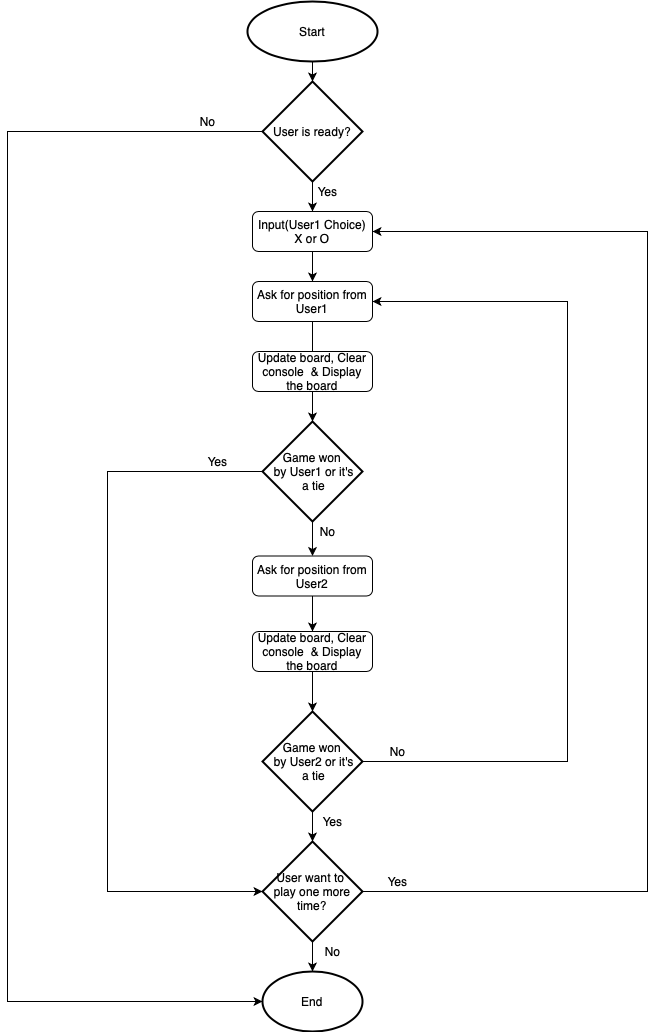
kshubhamz/Flow-Chart keeps this draw.io diagram as tic-tac-toe.png. Above is the earlier version. Source tidied: cells renumbered, new cells last; positions are measured from the earlier drawing's top-left corner, leaving out a move shared by most shapes.
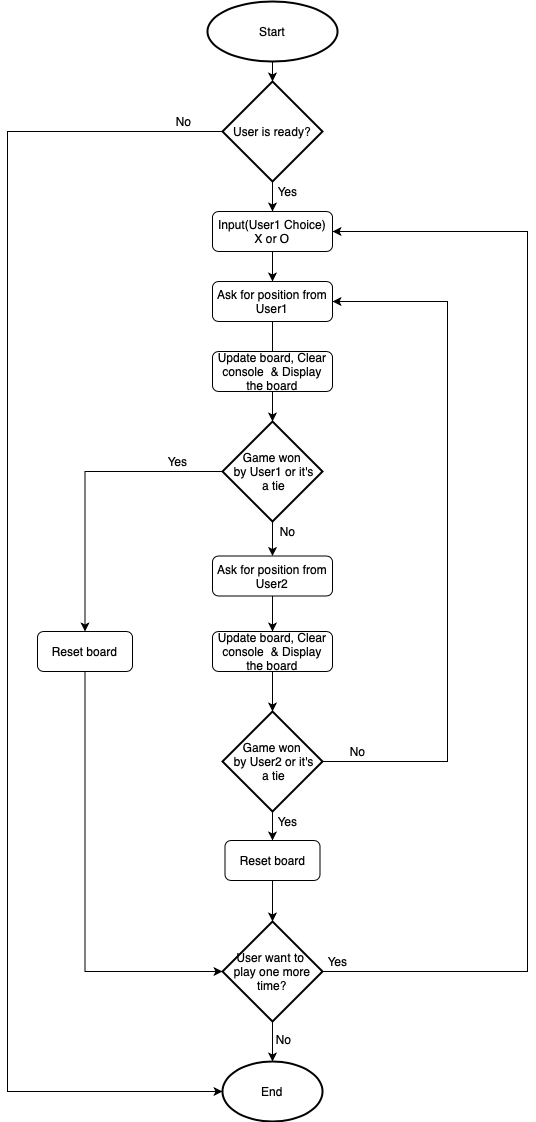
Later version of the same file.

Diff of the diagram source:
```diff
@@ -20,8 +20,8 @@
     <mxCell id="7" style="edgeStyle=orthogonalEdgeStyle;rounded=0;jettySize=auto;html=1;exitX=0;exitY=0.5;exitDx=0;exitDy=0;exitPerimeter=0;entryX=0;entryY=0.5;entryDx=0;entryDy=0;entryPerimeter=0;" parent="1" edge="1" source="8" target="28">
       <mxGeometry relative="1" as="geometry">
         <Array as="points">
-          <mxPoint y="130" />
-          <mxPoint y="1000" />
+          <mxPoint x="40" y="130" />
+          <mxPoint x="40" y="1090" />
         </Array>
       </mxGeometry>
     </mxCell>
@@ -55,25 +55,20 @@
     <mxCell id="17" style="edgeStyle=orthogonalEdgeStyle;rounded=0;jettySize=auto;html=1;exitX=0.5;exitY=1;exitDx=0;exitDy=0;exitPerimeter=0;entryX=0.5;entryY=0;entryDx=0;entryDy=0;" parent="1" edge="1" source="19" target="14">
       <mxGeometry relative="1" as="geometry" />
     </mxCell>
-    <mxCell id="18" style="edgeStyle=orthogonalEdgeStyle;rounded=0;jettySize=auto;html=1;exitX=0;exitY=0.5;exitDx=0;exitDy=0;exitPerimeter=0;entryX=0;entryY=0.5;entryDx=0;entryDy=0;entryPerimeter=0;" parent="1" edge="1" source="19" target="27">
-      <mxGeometry relative="1" as="geometry">
-        <Array as="points">
-          <mxPoint x="100" y="470" />
-          <mxPoint x="100" y="890" />
-        </Array>
-      </mxGeometry>
-    </mxCell>
+    <mxCell id="34" style="edgeStyle=orthogonalEdgeStyle;rounded=0;jettySize=auto;html=1;exitX=0;exitY=0.5;exitDx=0;exitDy=0;exitPerimeter=0;entryX=0.5;entryY=0;entryDx=0;entryDy=0;" parent="1" edge="1" source="19" target="40">
+      <mxGeometry relative="1" as="geometry" />
+    </mxCell>
     <mxCell id="19" value="Game won&lt;br&gt;&amp;nbsp;by User1 or it's&lt;br&gt;&amp;nbsp;a&amp;nbsp;tie" style="strokeWidth=2;html=1;shape=mxgraph.flowchart.decision;whiteSpace=wrap;" parent="1" vertex="1">
       <mxGeometry x="255" y="420" width="100" height="100" as="geometry" />
     </mxCell>
-    <mxCell id="20" style="edgeStyle=orthogonalEdgeStyle;rounded=0;jettySize=auto;html=1;" parent="1" edge="1" source="22" target="27">
-      <mxGeometry relative="1" as="geometry" />
-    </mxCell>
+    <mxCell id="35" style="edgeStyle=orthogonalEdgeStyle;rounded=0;jettySize=auto;html=1;" parent="1" edge="1" source="22" target="38">
+      <mxGeometry relative="1" as="geometry" />
+    </mxCell>
     <mxCell id="21" style="edgeStyle=orthogonalEdgeStyle;rounded=0;jettySize=auto;html=1;exitX=1;exitY=0.5;exitDx=0;exitDy=0;exitPerimeter=0;entryX=1;entryY=0.5;entryDx=0;entryDy=0;" parent="1" edge="1" source="22" target="11">
       <mxGeometry relative="1" as="geometry">
         <Array as="points">
-          <mxPoint x="560" y="760" />
-          <mxPoint x="560" y="300" />
+          <mxPoint x="480" y="760" />
+          <mxPoint x="480" y="300" />
         </Array>
       </mxGeometry>
     </mxCell>
@@ -86,39 +81,49 @@
     <mxCell id="24" value="No" style="text;html=1;align=center;verticalAlign=middle;" parent="1" vertex="1">
       <mxGeometry x="375" y="740" width="30" height="20" as="geometry" />
     </mxCell>
-    <mxCell id="25" style="edgeStyle=orthogonalEdgeStyle;rounded=0;jettySize=auto;html=1;" parent="1" edge="1" source="27">
-      <mxGeometry relative="1" as="geometry">
-        <mxPoint x="305" y="970" as="targetPoint" />
-      </mxGeometry>
-    </mxCell>
+    <mxCell id="36" style="edgeStyle=orthogonalEdgeStyle;rounded=0;jettySize=auto;html=1;" parent="1" edge="1" source="27" target="28">
+      <mxGeometry relative="1" as="geometry" />
+    </mxCell>
     <mxCell id="26" style="edgeStyle=orthogonalEdgeStyle;rounded=0;jettySize=auto;html=1;exitX=1;exitY=0.5;exitDx=0;exitDy=0;exitPerimeter=0;entryX=1;entryY=0.5;entryDx=0;entryDy=0;" parent="1" edge="1" source="27" target="5">
       <mxGeometry relative="1" as="geometry">
         <Array as="points">
-          <mxPoint x="640" y="890" />
-          <mxPoint x="640" y="230" />
+          <mxPoint x="560" y="970" />
+          <mxPoint x="560" y="230" />
         </Array>
       </mxGeometry>
     </mxCell>
     <mxCell id="27" value="User want to &lt;br&gt;play one more time?" style="strokeWidth=2;html=1;shape=mxgraph.flowchart.decision;whiteSpace=wrap;" parent="1" vertex="1">
-      <mxGeometry x="255" y="840" width="100" height="100" as="geometry" />
+      <mxGeometry x="255" y="920" width="100" height="100" as="geometry" />
     </mxCell>
     <mxCell id="28" value="End" style="strokeWidth=2;html=1;shape=mxgraph.flowchart.start_2;whiteSpace=wrap;" parent="1" vertex="1">
-      <mxGeometry x="255" y="970" width="100" height="60" as="geometry" />
+      <mxGeometry x="255" y="1060" width="100" height="60" as="geometry" />
     </mxCell>
-    <mxCell id="29" value="No" style="text;html=1;align=center;verticalAlign=middle;" parent="1" vertex="1">
-      <mxGeometry x="310" y="940" width="30" height="20" as="geometry" />
-    </mxCell>
-    <mxCell id="30" value="Yes" style="text;html=1;align=center;verticalAlign=middle;" parent="1" vertex="1">
-      <mxGeometry x="370" y="870" width="40" height="20" as="geometry" />
-    </mxCell>
     <mxCell id="31" value="Yes" style="text;html=1;align=center;verticalAlign=middle;" parent="1" vertex="1">
       <mxGeometry x="190" y="450" width="40" height="20" as="geometry" />
     </mxCell>
     <mxCell id="32" value="Yes" style="text;html=1;align=center;verticalAlign=middle;" parent="1" vertex="1">
-      <mxGeometry x="305" y="810" width="40" height="20" as="geometry" />
+      <mxGeometry x="300" y="810" width="40" height="20" as="geometry" />
     </mxCell>
     <mxCell id="33" value="No" style="text;html=1;align=center;verticalAlign=middle;" parent="1" vertex="1">
-      <mxGeometry x="185" y="110" width="30" height="20" as="geometry" />
+      <mxGeometry x="201" y="110" width="30" height="20" as="geometry" />
     </mxCell>
+    <mxCell id="37" style="edgeStyle=orthogonalEdgeStyle;rounded=0;jettySize=auto;html=1;" parent="1" edge="1" source="38" target="27">
+      <mxGeometry relative="1" as="geometry" />
+    </mxCell>
+    <mxCell id="38" value="Reset board" style="rounded=1;whiteSpace=wrap;html=1;" parent="1" vertex="1">
+      <mxGeometry x="257.5" y="839" width="95" height="40" as="geometry" />
+    </mxCell>
+    <mxCell id="29" value="No" style="text;html=1;align=center;verticalAlign=middle;" parent="1" vertex="1">
+      <mxGeometry x="301" y="1028" width="30" height="20" as="geometry" />
+    </mxCell>
+    <mxCell id="30" value="Yes" style="text;html=1;align=center;verticalAlign=middle;" parent="1" vertex="1">
+      <mxGeometry x="350" y="950" width="40" height="20" as="geometry" />
+    </mxCell>
+    <mxCell id="39" style="edgeStyle=orthogonalEdgeStyle;rounded=0;jettySize=auto;html=1;exitX=0.5;exitY=1;exitDx=0;exitDy=0;entryX=0;entryY=0.5;entryDx=0;entryDy=0;entryPerimeter=0;" parent="1" edge="1" source="40" target="27">
+      <mxGeometry relative="1" as="geometry" />
+    </mxCell>
+    <mxCell id="40" value="Reset board" style="rounded=1;whiteSpace=wrap;html=1;" parent="1" vertex="1">
+      <mxGeometry x="70" y="630" width="95" height="40" as="geometry" />
+    </mxCell>
   </root>
 </mxGraphModel>
```
